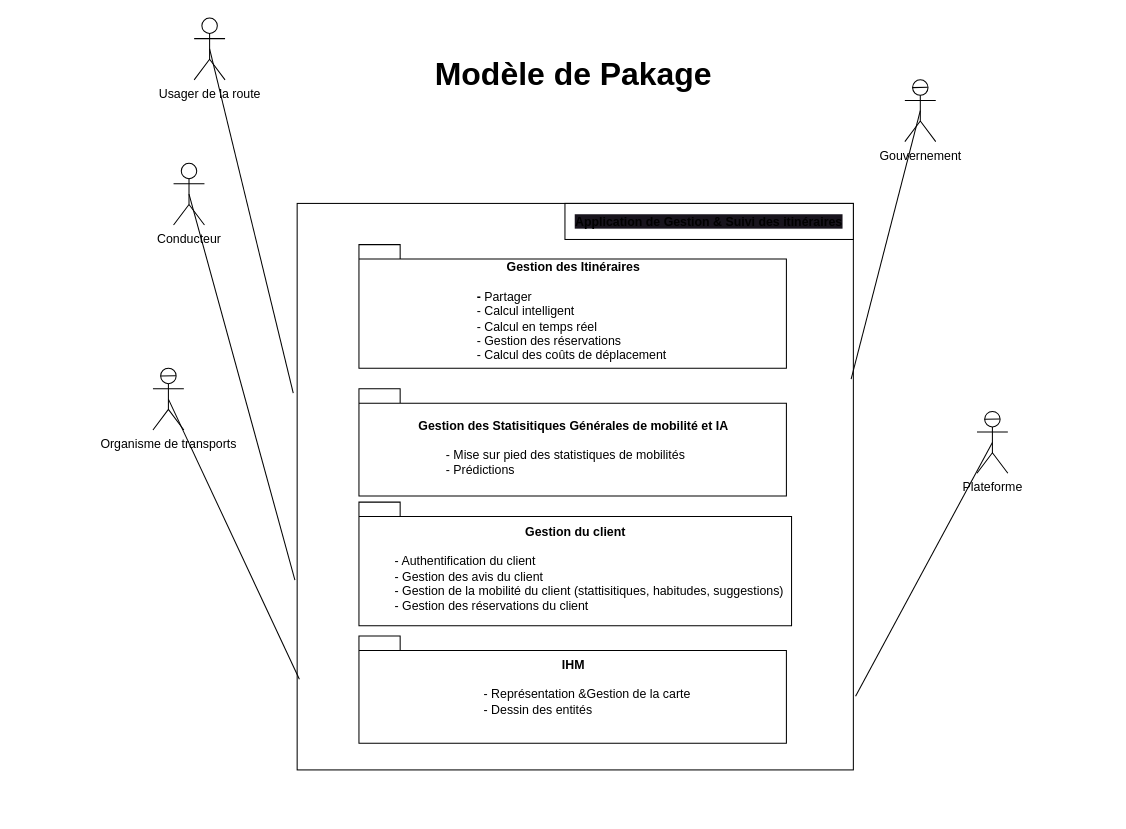
Before: page "Modèle de Package" (2 of 5) of modeling/week2/uml_modeling/uml_static_models.drawio in KpihX/my-way, a draw.io diagram. Source tidied: cells renumbered, new cells numbered last; positions are measured from the earlier drawing's top-left corner, leaving out a move shared by most shapes. Both pictures are drawn from the tidied source at 103%, with x=0, y=0 at pixel (152, 18).
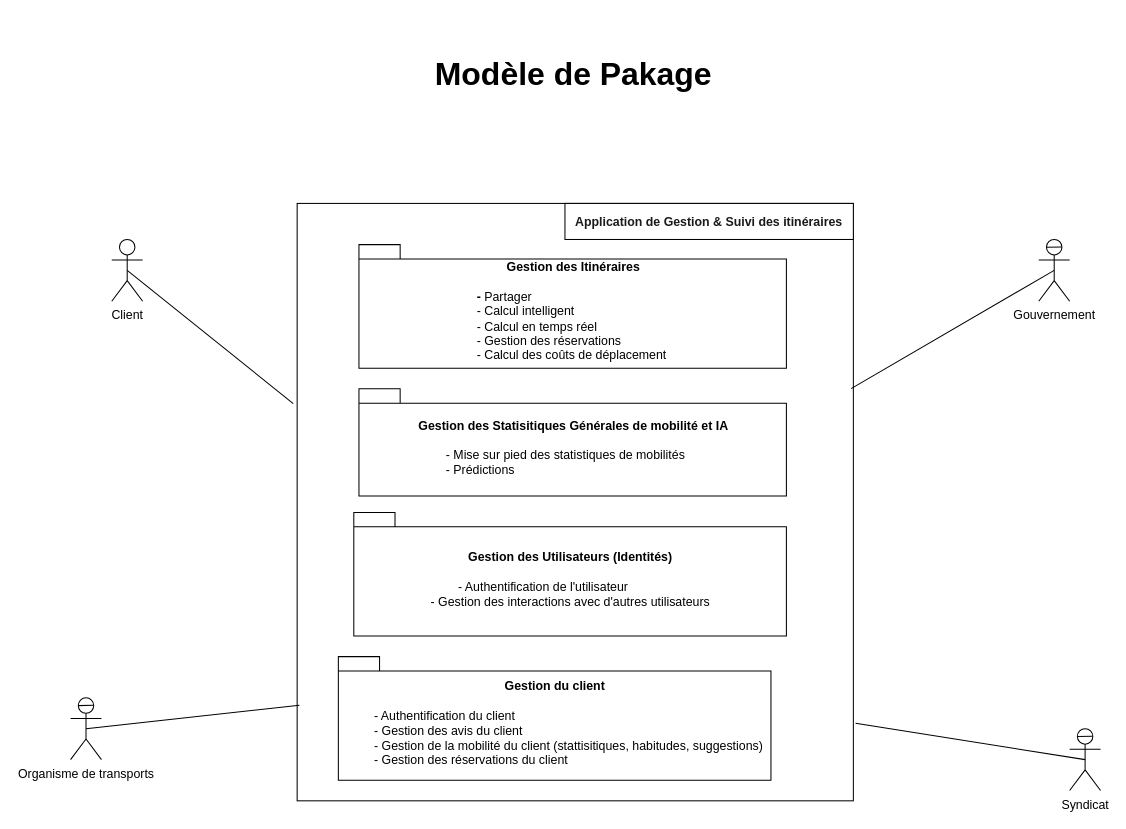
Above is the later version.

Diff of the diagram source:
```diff
@@
     <mxCell id="3" style="whiteSpace=wrap;html=1;labelBackgroundColor=default;" parent="1" vertex="1">
-      <mxGeometry x="140" y="180" width="540" height="550" as="geometry" />
+      <mxGeometry x="140" y="180" width="540" height="580" as="geometry" />
     </mxCell>
-    <mxCell id="4" value="Usager de la route" style="shape=umlActor;verticalLabelPosition=bottom;verticalAlign=top;html=1;outlineConnect=0;" parent="1" vertex="1">
-      <mxGeometry x="40" width="30" height="60" as="geometry" />
+    <mxCell id="4" value="Client" style="shape=umlActor;verticalLabelPosition=bottom;verticalAlign=top;html=1;outlineConnect=0;" parent="1" vertex="1">
+      <mxGeometry x="-40" y="215" width="30" height="60" as="geometry" />
     </mxCell>
@@
-    <mxCell id="7" value="Conducteur" style="shape=umlActor;verticalLabelPosition=bottom;verticalAlign=top;html=1;outlineConnect=0;" parent="1" vertex="1">
-      <mxGeometry x="20" y="141" width="30" height="60" as="geometry" />
-    </mxCell>
-    <mxCell id="8" style="endArrow=none;html=1;exitX=0.5;exitY=0.5;exitDx=0;exitDy=0;exitPerimeter=0;entryX=-0.004;entryY=0.665;entryDx=0;entryDy=0;entryPerimeter=0;" parent="1" edge="1" source="7" target="3">
-      <mxGeometry relative="1" as="geometry" />
-    </mxCell>
     <mxCell id="9" value="Organisme de transports" style="shape=umlActor;verticalLabelPosition=bottom;verticalAlign=top;html=1;" parent="1" vertex="1">
-      <mxGeometry y="340" width="30" height="60" as="geometry" />
+      <mxGeometry x="-80" y="660" width="30" height="60" as="geometry" />
     </mxCell>
@@
-    <mxCell id="12" value="Plateforme" style="shape=umlActor;verticalLabelPosition=bottom;verticalAlign=top;html=1;" parent="1" vertex="1">
-      <mxGeometry x="800" y="382" width="30" height="60" as="geometry" />
+    <mxCell id="12" value="Syndicat" style="shape=umlActor;verticalLabelPosition=bottom;verticalAlign=top;html=1;" parent="1" vertex="1">
+      <mxGeometry x="890" y="690" width="30" height="60" as="geometry" />
     </mxCell>
@@
     <mxCell id="15" value="Gouvernement" style="shape=umlActor;verticalLabelPosition=bottom;verticalAlign=top;html=1;" parent="1" vertex="1">
-      <mxGeometry x="730" y="60" width="30" height="60" as="geometry" />
+      <mxGeometry x="860" y="215" width="30" height="60" as="geometry" />
     </mxCell>
@@
-    <mxCell id="18" value="&lt;span style=&quot;background-color: rgb(24, 20, 29);&quot;&gt;&lt;b&gt;Application de Gestion &amp;amp; Suivi des itinéraires&lt;/b&gt;&lt;/span&gt;" style="rounded=0;labelBackgroundColor=none;labelBorderColor=none;fontColor=default;whiteSpace=wrap;html=1;" parent="1" vertex="1">
+    <mxCell id="18" value="&lt;b style=&quot;&quot;&gt;&lt;font color=&quot;#1a1a1a&quot;&gt;Application de Gestion &amp;amp; Suivi des itinéraires&lt;/font&gt;&lt;/b&gt;" style="rounded=0;labelBackgroundColor=none;labelBorderColor=none;fontColor=default;whiteSpace=wrap;html=1;" parent="1" vertex="1">
       <mxGeometry x="400" y="180" width="280" height="35" as="geometry" />
     </mxCell>
@@
     <mxCell id="20" value="Gestion du client&lt;br&gt;&lt;br&gt;&lt;div style=&quot;text-align: left;&quot;&gt;&lt;span style=&quot;font-weight: normal;&quot;&gt;&lt;span style=&quot;white-space: pre;&quot;&gt;&#9;&lt;/span&gt;- Authentification du client&lt;br&gt;&lt;/span&gt;&lt;/div&gt;&lt;div style=&quot;text-align: left;&quot;&gt;&lt;span style=&quot;font-weight: normal;&quot;&gt;&lt;span style=&quot;white-space: pre;&quot;&gt;&#9;&lt;/span&gt;- Gestion des avis du client&lt;br&gt;&lt;/span&gt;&lt;/div&gt;&lt;div style=&quot;text-align: left;&quot;&gt;&lt;span style=&quot;font-weight: normal;&quot;&gt;&lt;span style=&quot;white-space: pre;&quot;&gt;&#9;&lt;/span&gt;- Gestion de la mobilité du client (stattisitiques, habitudes, suggestions)&lt;/span&gt;&lt;br&gt;&lt;/div&gt;&lt;div style=&quot;text-align: left;&quot;&gt;&lt;span style=&quot;font-weight: normal;&quot;&gt;&lt;span style=&quot;white-space: pre;&quot;&gt;&#9;&lt;/span&gt;- Gestion des réservations du client&lt;br&gt;&lt;/span&gt;&lt;/div&gt;" style="shape=folder;fontStyle=1;spacingTop=10;tabWidth=40;tabHeight=14;tabPosition=left;html=1;align=center;" parent="1" vertex="1">
-      <mxGeometry x="200" y="470" width="420" height="120" as="geometry" />
+      <mxGeometry x="180" y="620" width="420" height="120" as="geometry" />
     </mxCell>
-    <mxCell id="21" value="IHM&lt;br&gt;&lt;br&gt;&lt;div style=&quot;text-align: left;&quot;&gt;&lt;span style=&quot;font-weight: normal;&quot;&gt;&lt;span style=&quot;white-space: pre;&quot;&gt;&#9;&lt;/span&gt;- Représentation &amp;amp;Gestion de la carte&lt;br&gt;&lt;/span&gt;&lt;/div&gt;&lt;div style=&quot;text-align: left;&quot;&gt;&lt;span style=&quot;font-weight: normal;&quot;&gt;&lt;span style=&quot;white-space: pre;&quot;&gt;&#9;&lt;/span&gt;- Dessin des entités&lt;br&gt;&lt;/span&gt;&lt;/div&gt;&lt;div style=&quot;text-align: left;&quot;&gt;&lt;span style=&quot;font-weight: normal;&quot;&gt;&lt;span style=&quot;white-space: pre;&quot;&gt;&#9;&lt;/span&gt;&lt;/span&gt;&lt;br&gt;&lt;/div&gt;" style="shape=folder;fontStyle=1;spacingTop=10;tabWidth=40;tabHeight=14;tabPosition=left;html=1;align=center;" parent="1" vertex="1">
-      <mxGeometry x="200" y="600" width="415" height="104" as="geometry" />
-    </mxCell>
+    <mxCell id="22" value="Gestion des Utilisateurs (Identités)&lt;br&gt;&lt;br&gt;&lt;div style=&quot;text-align: left;&quot;&gt;&lt;span style=&quot;font-weight: normal;&quot;&gt;&lt;span style=&quot;white-space: pre;&quot;&gt;&#9;&lt;/span&gt;- Authentification de l'utilisateur&lt;/span&gt;&lt;/div&gt;&lt;div style=&quot;text-align: left;&quot;&gt;&lt;span style=&quot;font-weight: normal;&quot;&gt;- Gestion des interactions avec d'autres utilisateurs&lt;/span&gt;&lt;/div&gt;" style="shape=folder;fontStyle=1;spacingTop=10;tabWidth=40;tabHeight=14;tabPosition=left;html=1;align=center;" parent="1" vertex="1">
+      <mxGeometry x="195" y="480" width="420" height="120" as="geometry" />
+    </mxCell>
```
